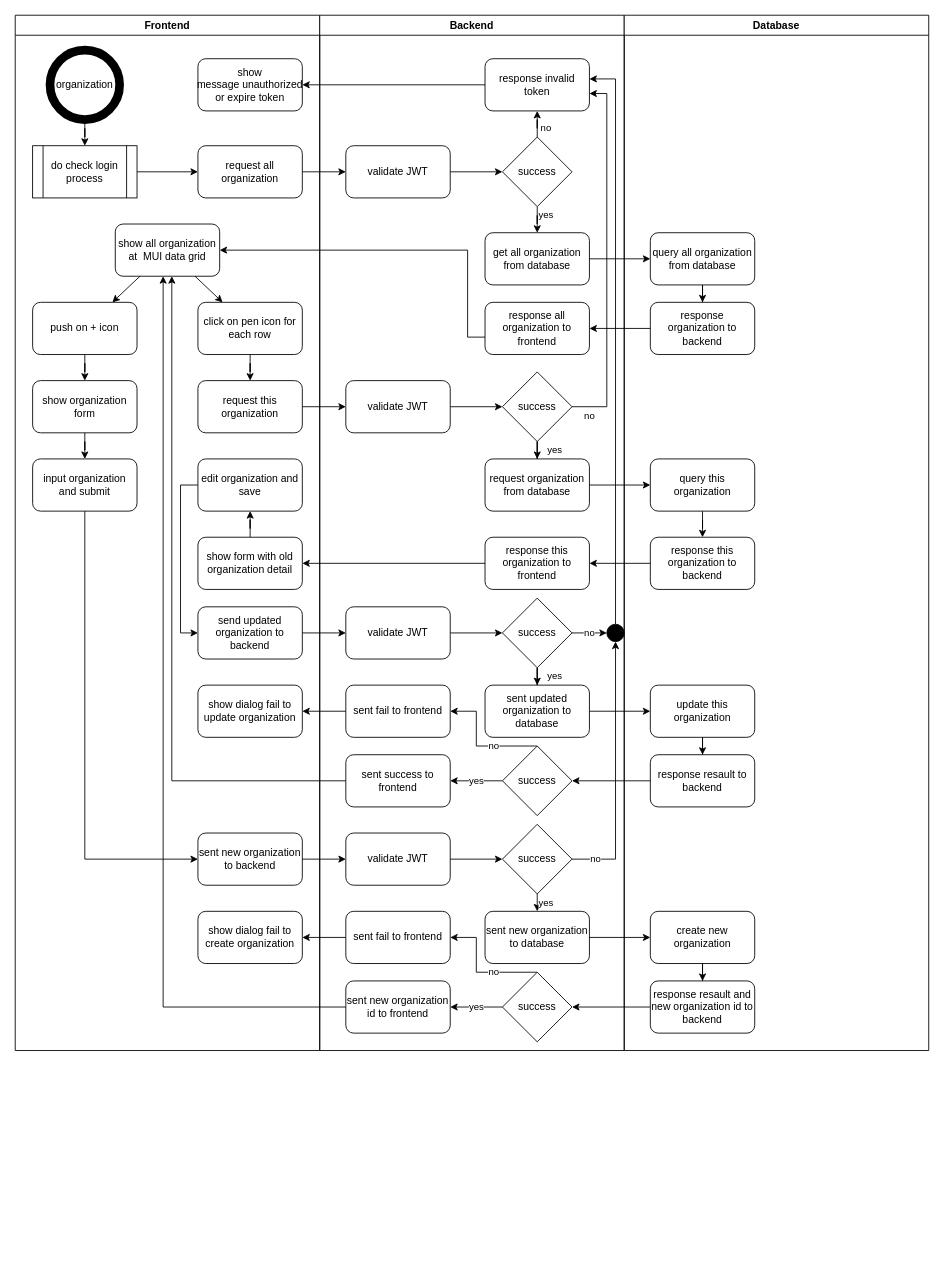
Above: page "crud organization" (25 of 33) of docs/artifact/ActivityDiagram/activity_diagram.drawio in ssszZ-TH/party_fullstack_docker3 (draw.io), before the change. Source tidied: cells renumbered, new cells numbered last; positions are measured from the earlier drawing's top-left corner, leaving out a move shared by most shapes. Both pictures are drawn from the tidied source at 87%, with x=0, y=0 at pixel (15, 15).
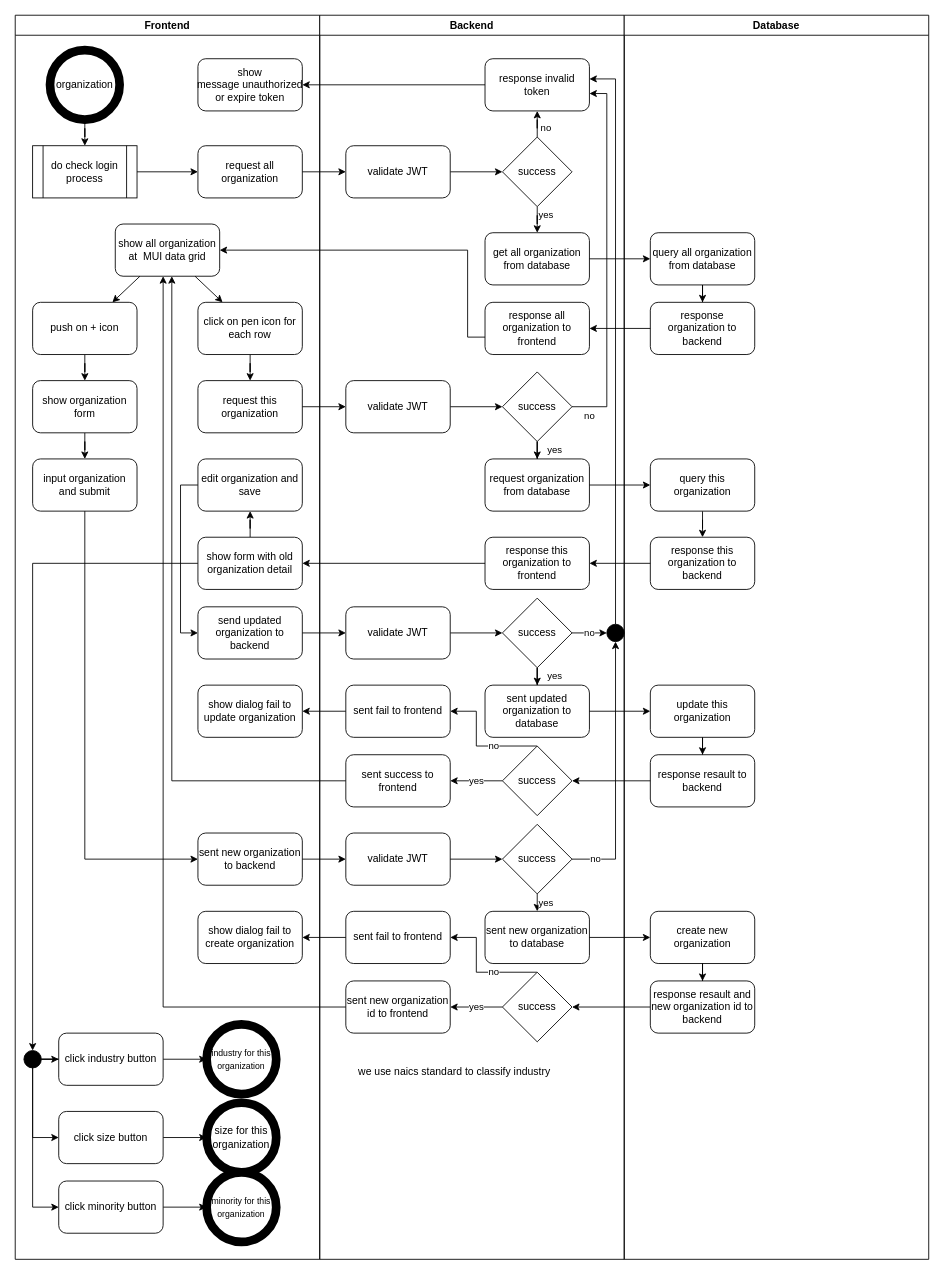
The same page after the edit.

The change refers to these unchanged cells:
```xml
<mxCell id="20" value="show form with old organization detail" style="rounded=1;whiteSpace=wrap;html=1;" parent="2" vertex="1">
  <mxGeometry x="210" y="600" width="120" height="60" as="geometry" />
</mxCell>
```

The edit, as a diff of the source:
```diff
@@
     <mxCell id="2" value="Frontend" style="swimlane;whiteSpace=wrap;html=1;" parent="1" vertex="1">
-      <mxGeometry width="350" height="1190" as="geometry" />
+      <mxGeometry width="350" height="1430" as="geometry" />
     </mxCell>
@@
+    <mxCell id="102" style="edgeStyle=orthogonalEdgeStyle;rounded=0;jettySize=auto;html=1;exitX=0;exitY=0.5;exitDx=0;exitDy=0;" parent="2" edge="1" source="20" target="106">
+      <mxGeometry relative="1" as="geometry" />
+    </mxCell>
@@
+    <mxCell id="103" style="edgeStyle=orthogonalEdgeStyle;rounded=0;jettySize=auto;html=1;" parent="2" edge="1" source="106" target="108">
+      <mxGeometry relative="1" as="geometry" />
+    </mxCell>
+    <mxCell id="104" style="edgeStyle=orthogonalEdgeStyle;rounded=0;jettySize=auto;html=1;entryX=0;entryY=0.5;entryDx=0;entryDy=0;" parent="2" edge="1" source="106" target="110">
+      <mxGeometry relative="1" as="geometry">
+        <Array as="points">
+          <mxPoint x="20" y="1290" />
+        </Array>
+      </mxGeometry>
+    </mxCell>
+    <mxCell id="105" style="edgeStyle=orthogonalEdgeStyle;rounded=0;jettySize=auto;html=1;exitX=0.5;exitY=1;exitDx=0;exitDy=0;entryX=0;entryY=0.5;entryDx=0;entryDy=0;" parent="2" edge="1" source="106" target="112">
+      <mxGeometry relative="1" as="geometry" />
+    </mxCell>
+    <mxCell id="106" style="ellipse;whiteSpace=wrap;html=1;fillColor=#000000;" parent="2" vertex="1">
+      <mxGeometry x="10" y="1190" width="20" height="20" as="geometry" />
+    </mxCell>
+    <mxCell id="107" style="edgeStyle=orthogonalEdgeStyle;rounded=0;jettySize=auto;html=1;" parent="2" edge="1" source="108" target="113">
+      <mxGeometry relative="1" as="geometry" />
+    </mxCell>
+    <mxCell id="108" value="click industry button" style="rounded=1;whiteSpace=wrap;html=1;" parent="2" vertex="1">
+      <mxGeometry x="50" y="1170" width="120" height="60" as="geometry" />
+    </mxCell>
+    <mxCell id="109" style="edgeStyle=orthogonalEdgeStyle;rounded=0;jettySize=auto;html=1;" parent="2" edge="1" source="110" target="114">
+      <mxGeometry relative="1" as="geometry" />
+    </mxCell>
+    <mxCell id="110" value="click size button" style="rounded=1;whiteSpace=wrap;html=1;" parent="2" vertex="1">
+      <mxGeometry x="50" y="1260" width="120" height="60" as="geometry" />
+    </mxCell>
+    <mxCell id="111" style="edgeStyle=orthogonalEdgeStyle;rounded=0;jettySize=auto;html=1;" parent="2" edge="1" source="112" target="115">
+      <mxGeometry relative="1" as="geometry" />
+    </mxCell>
+    <mxCell id="112" value="click minority button" style="rounded=1;whiteSpace=wrap;html=1;" parent="2" vertex="1">
+      <mxGeometry x="50" y="1340" width="120" height="60" as="geometry" />
+    </mxCell>
+    <mxCell id="113" value="&lt;span style=&quot;font-size: 10px;&quot;&gt;industry for this organization&lt;/span&gt;" style="ellipse;whiteSpace=wrap;html=1;strokeWidth=10;" parent="2" vertex="1">
+      <mxGeometry x="220" y="1160" width="80" height="80" as="geometry" />
+    </mxCell>
+    <mxCell id="114" value="size for this organization" style="ellipse;whiteSpace=wrap;html=1;strokeWidth=10;" parent="2" vertex="1">
+      <mxGeometry x="220" y="1250" width="80" height="80" as="geometry" />
+    </mxCell>
+    <mxCell id="115" value="&lt;font style=&quot;font-size: 10px;&quot;&gt;minority for this organization&lt;/font&gt;" style="ellipse;whiteSpace=wrap;html=1;strokeWidth=10;" parent="2" vertex="1">
+      <mxGeometry x="220" y="1330" width="80" height="80" as="geometry" />
+    </mxCell>
     <mxCell id="29" value="Backend" style="swimlane;whiteSpace=wrap;html=1;" parent="1" vertex="1">
-      <mxGeometry x="350" width="350" height="1190" as="geometry" />
+      <mxGeometry x="350" width="350" height="1430" as="geometry" />
     </mxCell>
@@
+    <mxCell id="116" value="we use naics standard to classify industry" style="text;html=1;align=center;verticalAlign=middle;whiteSpace=wrap;rounded=0;" parent="29" vertex="1">
+      <mxGeometry x="30" y="1200" width="250" height="30" as="geometry" />
+    </mxCell>
     <mxCell id="72" value="Database" style="swimlane;whiteSpace=wrap;html=1;startSize=23;" parent="1" vertex="1">
-      <mxGeometry x="700" width="350" height="1190" as="geometry" />
+      <mxGeometry x="700" width="350" height="1430" as="geometry" />
     </mxCell>
```
